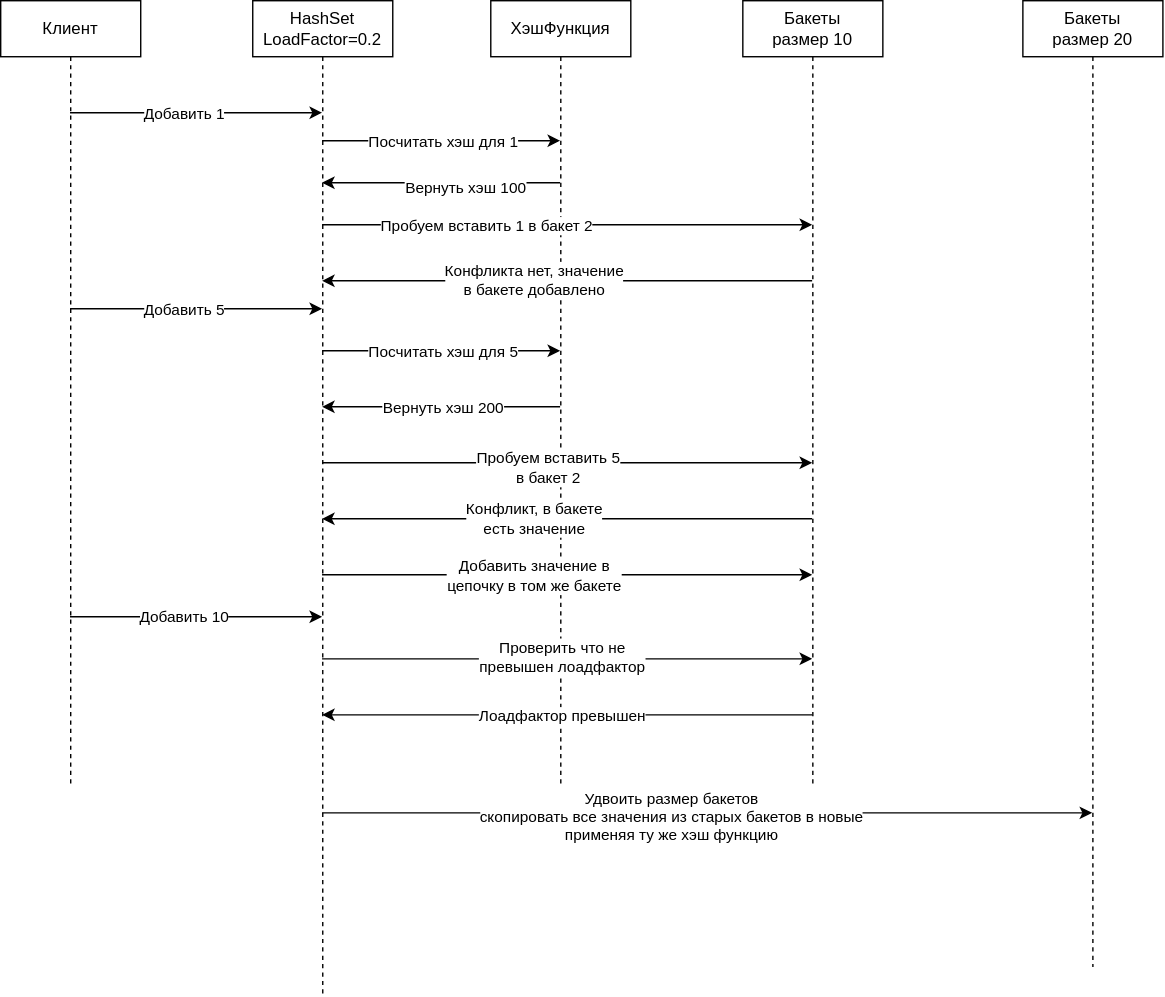
Before: База/Структуры данных/2. Быстро находить данные и проверять условия/2.3. Проверять принадлежность и уникальность/Множество (Set)/HashSet/schemes/ПроцессВставки.drawio.svg, a diagram exported from draw.io (kosukhin/catalog). Source tidied: cells renumbered, new cells last; positions are measured from the earlier drawing's top-left corner, leaving out a move shared by most shapes.
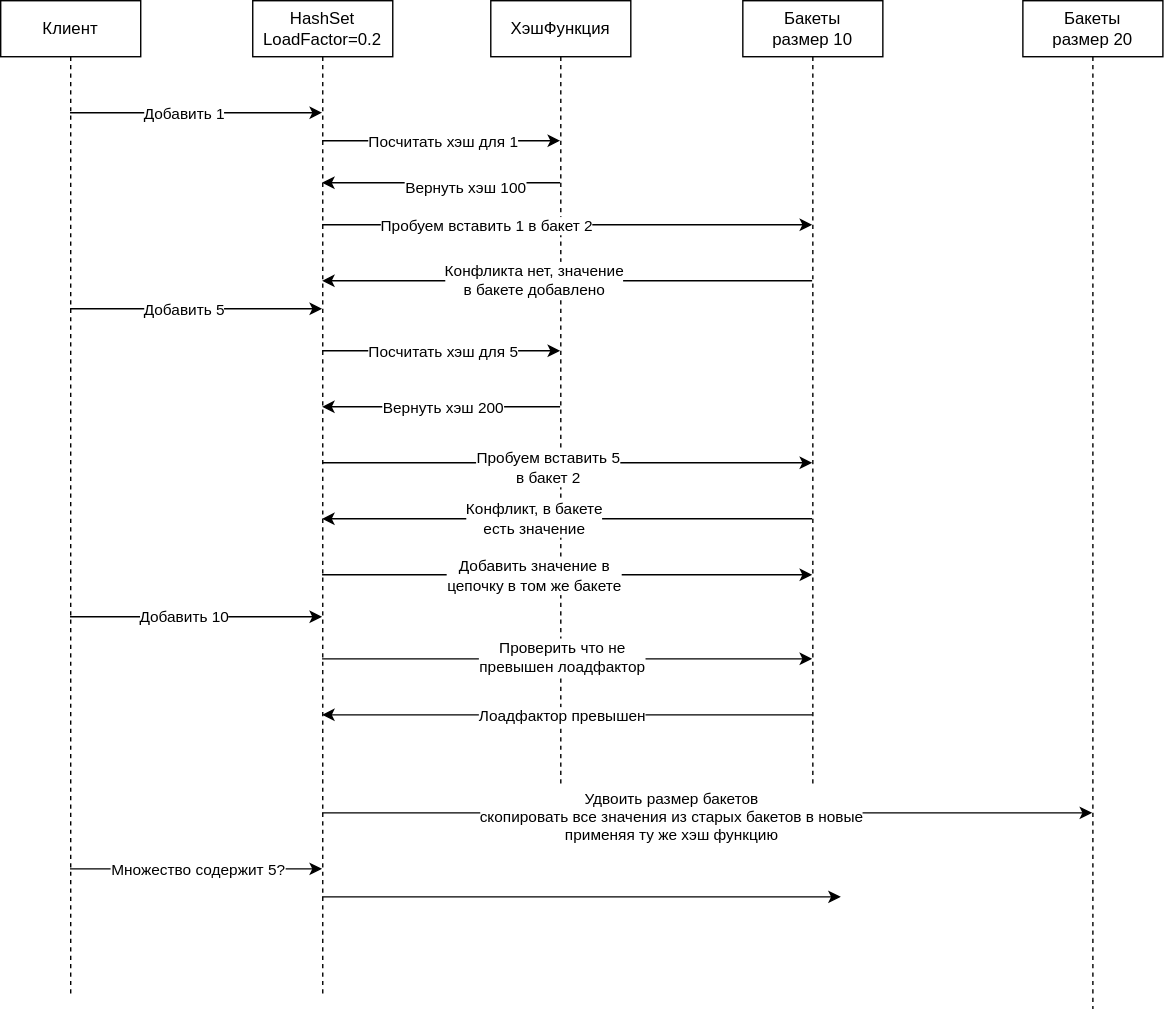
After the change.

Change to the diagram source:
```diff
@@ -3,8 +3,16 @@
     <mxCell id="0" />
     <mxCell id="1" parent="0" />
     <mxCell id="2" value="Клиент" style="shape=umlLifeline;perimeter=lifelinePerimeter;whiteSpace=wrap;html=1;outlineConnect=0;portConstraint=eastwest;newEdgeStyle={&quot;edgeStyle&quot;:&quot;sequenceEdgeStyle&quot;,&quot;libavoidRouting&quot;:0,&quot;curved&quot;:0,&quot;rounded&quot;:0};" parent="1" vertex="1">
-      <mxGeometry width="100" height="560" as="geometry" />
+      <mxGeometry width="100" height="710" as="geometry" />
     </mxCell>
+    <mxCell id="37" style="edgeStyle=sequenceEdgeStyle;html=1;libavoidRouting=0;curved=0;rounded=0;" parent="1" edge="1" source="3">
+      <mxGeometry relative="1" as="geometry">
+        <mxPoint x="600" y="640" as="targetPoint" />
+        <Array as="points">
+          <mxPoint x="600" y="640" />
+        </Array>
+      </mxGeometry>
+    </mxCell>
     <mxCell id="3" value="HashSet&lt;div&gt;LoadFactor=0.2&lt;/div&gt;" style="shape=umlLifeline;perimeter=lifelinePerimeter;whiteSpace=wrap;html=1;outlineConnect=0;portConstraint=eastwest;newEdgeStyle={&quot;edgeStyle&quot;:&quot;sequenceEdgeStyle&quot;,&quot;libavoidRouting&quot;:0,&quot;curved&quot;:0,&quot;rounded&quot;:0};" parent="1" vertex="1">
       <mxGeometry x="180" width="100" height="710" as="geometry" />
     </mxCell>
@@ -183,7 +191,7 @@
       </mxGeometry>
     </mxCell>
     <mxCell id="34" value="Бакеты&lt;div&gt;размер 20&lt;/div&gt;" style="shape=umlLifeline;perimeter=lifelinePerimeter;whiteSpace=wrap;html=1;outlineConnect=0;portConstraint=eastwest;newEdgeStyle={&quot;edgeStyle&quot;:&quot;sequenceEdgeStyle&quot;,&quot;libavoidRouting&quot;:0,&quot;curved&quot;:0,&quot;rounded&quot;:0};" parent="1" vertex="1">
-      <mxGeometry x="730" width="100" height="690" as="geometry" />
+      <mxGeometry x="730" width="100" height="720" as="geometry" />
     </mxCell>
     <mxCell id="35" style="edgeStyle=sequenceEdgeStyle;html=1;libavoidRouting=0;curved=0;rounded=0;" parent="1" edge="1" source="3" target="34">
       <mxGeometry x="-0.16" relative="1" as="geometry">
@@ -197,5 +205,17 @@
         <mxPoint x="1" as="offset" />
       </mxGeometry>
     </mxCell>
+    <mxCell id="38" style="edgeStyle=sequenceEdgeStyle;html=1;libavoidRouting=0;curved=0;rounded=0;" parent="1" edge="1" source="2" target="3">
+      <mxGeometry relative="1" as="geometry">
+        <Array as="points">
+          <mxPoint x="139.5" y="620" />
+        </Array>
+      </mxGeometry>
+    </mxCell>
+    <mxCell id="39" value="Множество содержит 5?" style="edgeLabel;html=1;align=center;verticalAlign=middle;" parent="38" vertex="1">
+      <mxGeometry x="-0.18" relative="1" as="geometry">
+        <mxPoint x="17" as="offset" />
+      </mxGeometry>
+    </mxCell>
   </root>
 </mxGraphModel>
```
